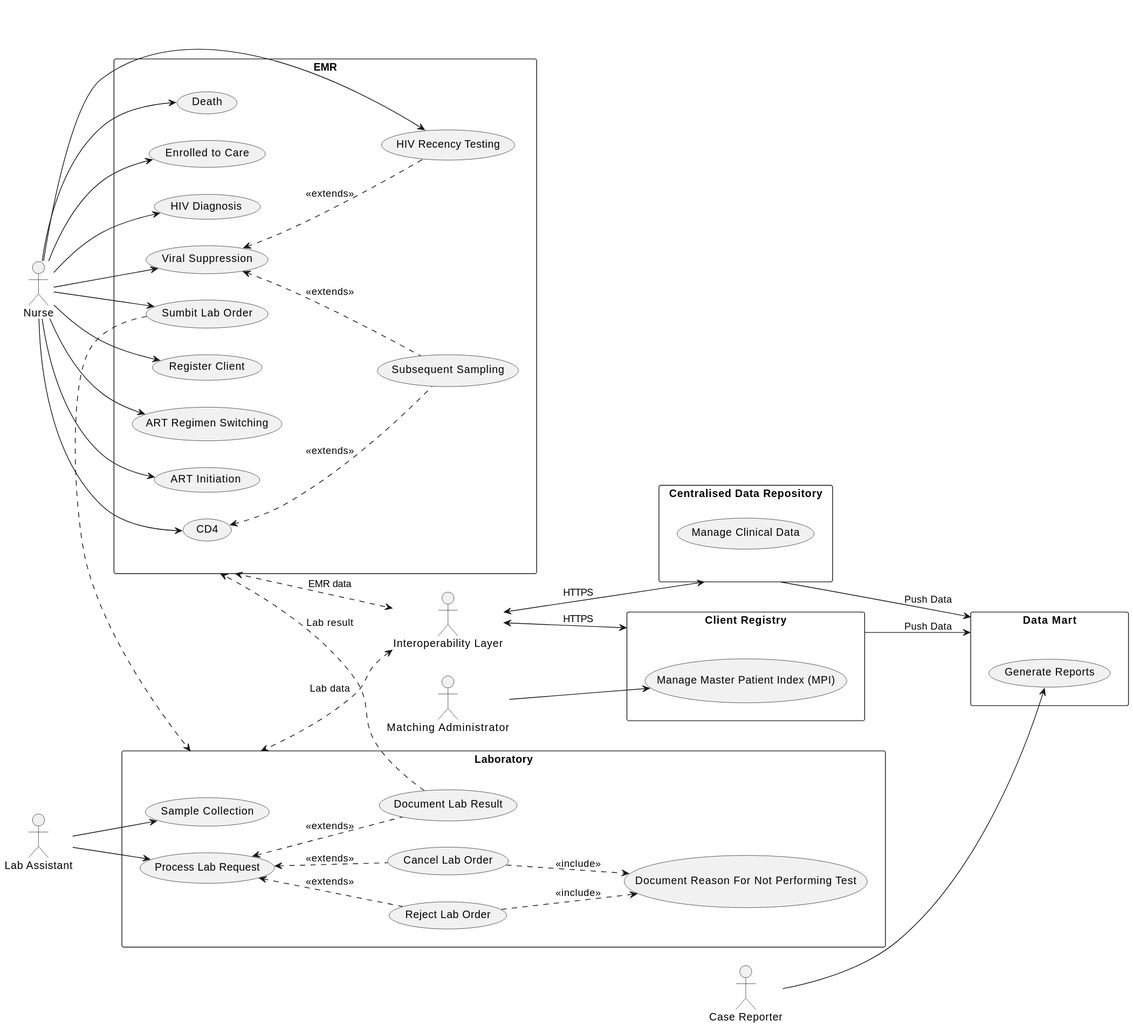
openhie/HIV-CBS keeps this PlantUML diagram as input/includes/UseCaseDiagram.svg. Above is the earlier version.
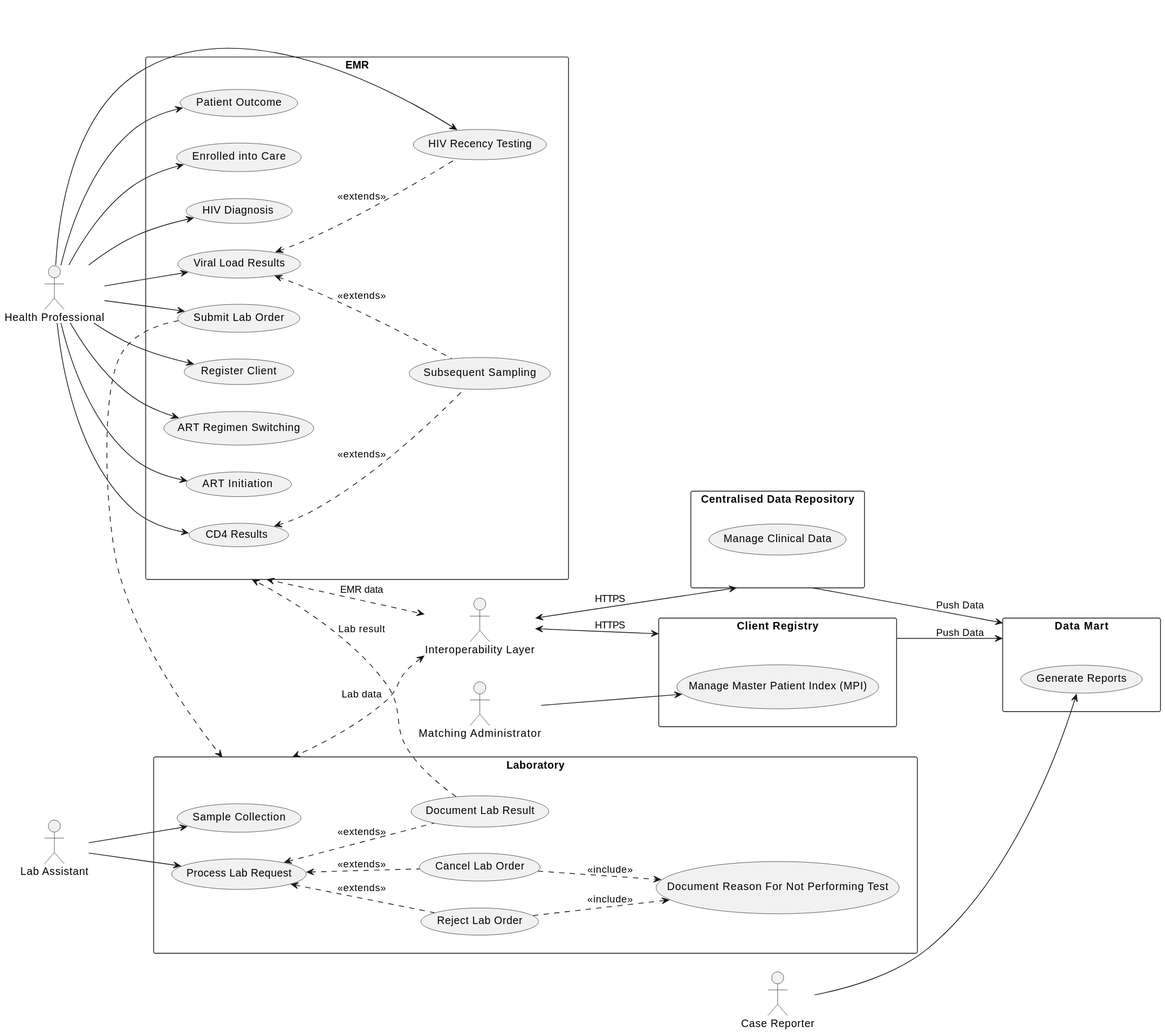
The same diagram one commit later.

The edit, as a diff of the source:
```diff
@@ -1,30 +1,30 @@
 @startuml UseCaseDiagram
 left to right direction
-actor "Nurse" as nurse
+actor "Health Professional" as professional
 rectangle EMR {
   usecase "Register Client" as UC1
   usecase "ART Regimen Switching" as UC2
   usecase "ART Initiation" as UC3
-  usecase "CD4" as UC4
-  usecase "Death" as UC5
-  usecase "Enrolled to Care" as UC6
+  usecase "CD4 Results" as UC4
+  usecase "Patient Outcome" as UC5
+  usecase "Enrolled into Care" as UC6
   usecase "HIV Diagnosis" as UC7
-  usecase "Viral Suppression" as UC8
+  usecase "Viral Load Results" as UC8
   usecase "Subsequent Sampling" as UC9
-  usecase "Sumbit Lab Order" as UC10
+  usecase "Submit Lab Order" as UC10
   usecase "HIV Recency Testing" as UC11
 }
 
-nurse --> UC1
-nurse --> UC2
-nurse --> UC3
-nurse --> UC4
-nurse --> UC5
-nurse --> UC6
-nurse --> UC7
-nurse --> UC8
-nurse --> UC10
-nurse --> UC11
+professional --> UC1
+professional --> UC2
+professional --> UC3
+professional --> UC4
+professional --> UC5
+professional --> UC6
+professional --> UC7
+professional --> UC8
+professional --> UC10
+professional --> UC11
 
 (UC4) <.. (UC9) : "<<extends>>"
 (UC8) <.. (UC9) : "<<extends>>"
```
